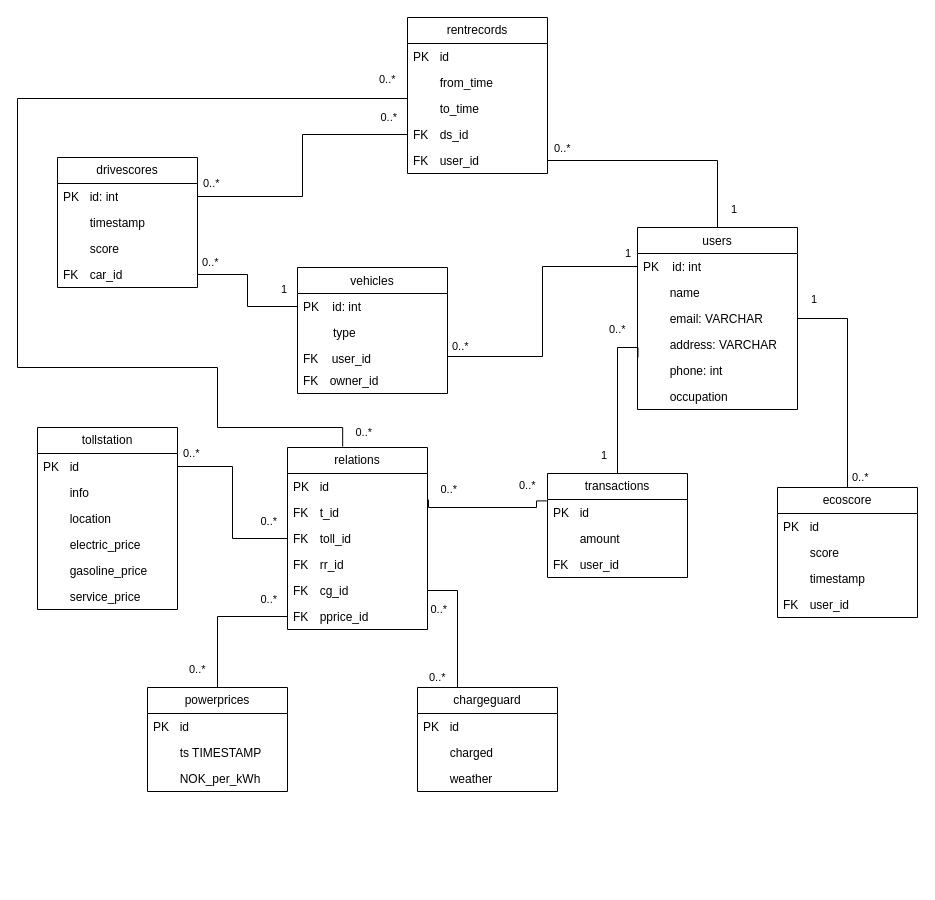
This is Project Information/Diagram/prosjektdb.drawio from ElektroMannen/Ingenior-prosjekt-1, a draw.io file, before an edit. Source tidied: cells renumbered, new cells numbered last; positions are measured from the earlier drawing's top-left corner, leaving out a move shared by most shapes. Both pictures are drawn from the tidied source at 100%, with x=0, y=0 at pixel (17, 17).
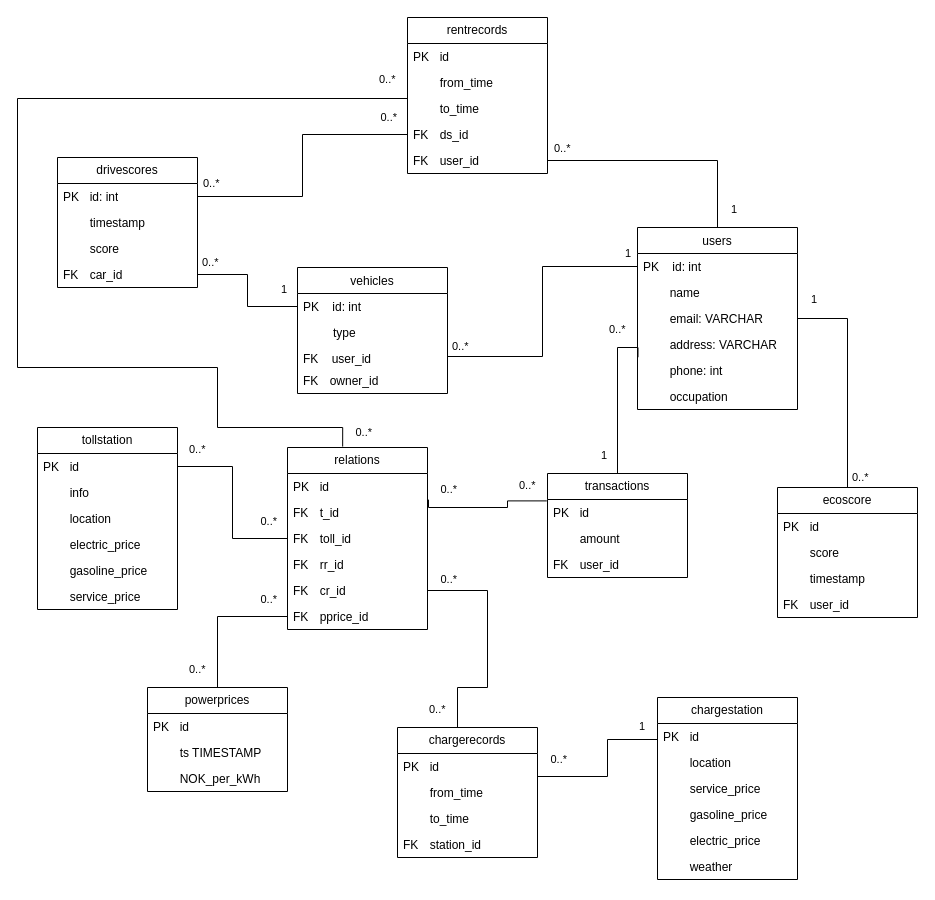
The same page after the edit.

Unchanged cells that the change refers to:
```xml
<mxCell id="53" value="PK&lt;span style=&quot;white-space: pre;&quot;&gt;&#9;&lt;/span&gt;id&lt;span style=&quot;white-space: pre;&quot;&gt;&#9;&lt;/span&gt;" style="text;strokeColor=none;fillColor=none;align=left;verticalAlign=top;spacingLeft=4;spacingRight=4;overflow=hidden;points=[[0,0.5],[1,0.5]];portConstraint=eastwest;whiteSpace=wrap;html=1;" parent="52" vertex="1">
  <mxGeometry y="26" width="140" height="26" as="geometry" />
</mxCell>
<mxCell id="61" value="PK&lt;span style=&quot;white-space: pre;&quot;&gt;&#9;&lt;/span&gt;id" style="text;strokeColor=none;fillColor=none;align=left;verticalAlign=top;spacingLeft=4;spacingRight=4;overflow=hidden;points=[[0,0.5],[1,0.5]];portConstraint=eastwest;whiteSpace=wrap;html=1;" parent="60" vertex="1">
  <mxGeometry y="26" width="140" height="26" as="geometry" />
</mxCell>
<mxCell id="64" value="&lt;div&gt;&lt;span style=&quot;background-color: initial;&quot;&gt;relations&lt;/span&gt;&lt;br&gt;&lt;/div&gt;" style="swimlane;fontStyle=0;horizontal=1;startSize=26;fillColor=none;whiteSpace=wrap;html=1;" parent="1" vertex="1">
  <mxGeometry x="270" y="430" width="140" height="182" as="geometry" />
</mxCell>
<mxCell id="66" value="FK&lt;span style=&quot;white-space: pre;&quot;&gt;&#9;&lt;/span&gt;t_id" style="text;strokeColor=none;fillColor=none;align=left;verticalAlign=top;spacingLeft=4;spacingRight=4;overflow=hidden;points=[[0,0.5],[1,0.5]];portConstraint=eastwest;whiteSpace=wrap;html=1;" parent="64" vertex="1">
  <mxGeometry y="52" width="140" height="26" as="geometry" />
</mxCell>
<mxCell id="83" style="endArrow=none;html=1;edgeStyle=orthogonalEdgeStyle;rounded=0;exitX=1;exitY=0.5;exitDx=0;exitDy=0;entryX=0;entryY=0.5;entryDx=0;entryDy=0;curved=0;startArrow=none;startFill=0;endFill=0;" parent="1" edge="1" source="46" target="67">
  <mxGeometry relative="1" as="geometry" />
</mxCell>
```

Change to the diagram source:
```diff
@@
-    <mxCell id="52" value="chargeguard" style="swimlane;fontStyle=0;horizontal=1;startSize=26;fillColor=none;whiteSpace=wrap;html=1;" parent="1" vertex="1">
-      <mxGeometry x="400" y="670" width="140" height="104" as="geometry" />
+    <mxCell id="52" value="chargestation" style="swimlane;fontStyle=0;horizontal=1;startSize=26;fillColor=none;whiteSpace=wrap;html=1;" parent="1" vertex="1">
+      <mxGeometry x="640" y="680" width="140" height="182" as="geometry" />
     </mxCell>
@@
-    <mxCell id="54" value="&lt;span style=&quot;white-space: pre;&quot;&gt;&#9;&lt;/span&gt;charged" style="text;strokeColor=none;fillColor=none;align=left;verticalAlign=top;spacingLeft=4;spacingRight=4;overflow=hidden;whiteSpace=wrap;html=1;" parent="52" vertex="1">
+    <mxCell id="54" value="&lt;span style=&quot;white-space: pre;&quot;&gt;&#9;&lt;/span&gt;location" style="text;strokeColor=none;fillColor=none;align=left;verticalAlign=top;spacingLeft=4;spacingRight=4;overflow=hidden;whiteSpace=wrap;html=1;" parent="52" vertex="1">
       <mxGeometry y="52" width="140" height="26" as="geometry" />
     </mxCell>
+    <mxCell id="89" value="&lt;span style=&quot;white-space: pre;&quot;&gt;&#9;&lt;/span&gt;service_price" style="text;strokeColor=none;fillColor=none;align=left;verticalAlign=top;spacingLeft=4;spacingRight=4;overflow=hidden;whiteSpace=wrap;html=1;" parent="52" vertex="1">
+      <mxGeometry y="78" width="140" height="26" as="geometry" />
+    </mxCell>
+    <mxCell id="90" value="&lt;span style=&quot;white-space: pre;&quot;&gt;&#9;&lt;/span&gt;gasoline_price" style="text;strokeColor=none;fillColor=none;align=left;verticalAlign=top;spacingLeft=4;spacingRight=4;overflow=hidden;whiteSpace=wrap;html=1;" parent="52" vertex="1">
+      <mxGeometry y="104" width="140" height="26" as="geometry" />
+    </mxCell>
+    <mxCell id="91" value="&lt;span style=&quot;white-space: pre;&quot;&gt;&#9;&lt;/span&gt;electric_price" style="text;strokeColor=none;fillColor=none;align=left;verticalAlign=top;spacingLeft=4;spacingRight=4;overflow=hidden;whiteSpace=wrap;html=1;" parent="52" vertex="1">
+      <mxGeometry y="130" width="140" height="26" as="geometry" />
+    </mxCell>
     <mxCell id="55" value="&lt;span style=&quot;white-space: pre;&quot;&gt;&#9;&lt;/span&gt;weather" style="text;strokeColor=none;fillColor=none;align=left;verticalAlign=top;spacingLeft=4;spacingRight=4;overflow=hidden;whiteSpace=wrap;html=1;" parent="52" vertex="1">
-      <mxGeometry y="78" width="140" height="26" as="geometry" />
+      <mxGeometry y="156" width="140" height="26" as="geometry" />
     </mxCell>
@@
-    <mxCell id="69" value="FK&lt;span style=&quot;white-space: pre;&quot;&gt;&#9;&lt;/span&gt;cg_id" style="text;strokeColor=none;fillColor=none;align=left;verticalAlign=top;spacingLeft=4;spacingRight=4;overflow=hidden;points=[[0,0.5],[1,0.5]];portConstraint=eastwest;whiteSpace=wrap;html=1;" parent="64" vertex="1">
+    <mxCell id="69" value="FK&lt;span style=&quot;white-space: pre;&quot;&gt;&#9;&lt;/span&gt;cr_id" style="text;strokeColor=none;fillColor=none;align=left;verticalAlign=top;spacingLeft=4;spacingRight=4;overflow=hidden;points=[[0,0.5],[1,0.5]];portConstraint=eastwest;whiteSpace=wrap;html=1;" parent="64" vertex="1">
       <mxGeometry y="130" width="140" height="26" as="geometry" />
     </mxCell>
@@
-    <mxCell id="71" style="endArrow=none;html=1;edgeStyle=orthogonalEdgeStyle;rounded=0;exitX=0.5;exitY=0;exitDx=0;exitDy=0;entryX=1;entryY=0.5;entryDx=0;entryDy=0;" parent="1" edge="1" source="52" target="69">
+    <mxCell id="71" style="endArrow=none;html=1;edgeStyle=orthogonalEdgeStyle;rounded=0;entryX=1;entryY=0.5;entryDx=0;entryDy=0;exitX=0.5;exitY=0;exitDx=0;exitDy=0;" parent="1" edge="1" source="92" target="69">
       <mxGeometry relative="1" as="geometry">
         <Array as="points">
           <mxPoint x="440" y="670" />
-          <mxPoint x="440" y="573" />
+          <mxPoint x="470" y="670" />
+          <mxPoint x="470" y="573" />
         </Array>
       </mxGeometry>
     </mxCell>
     <mxCell id="72" value="0..*" style="edgeLabel;html=1;align=left;verticalAlign=bottom;" parent="71" vertex="1">
       <mxGeometry x="-1" relative="1" as="geometry">
-        <mxPoint x="-60" y="-2" as="offset" />
+        <mxPoint x="-40" y="-10" as="offset" />
       </mxGeometry>
     </mxCell>
     <mxCell id="73" value="0..*" style="edgeLabel;html=1;align=right;verticalAlign=bottom;" parent="71" vertex="1">
       <mxGeometry x="1" relative="1" as="geometry">
-        <mxPoint x="20" y="27" as="offset" />
+        <mxPoint x="30" y="-3" as="offset" />
       </mxGeometry>
     </mxCell>
@@
     <mxCell id="84" value="0..*" style="edgeLabel;html=1;align=left;verticalAlign=bottom;" parent="83" vertex="1">
       <mxGeometry x="-1" relative="1" as="geometry">
-        <mxPoint x="4" y="-5" as="offset" />
+        <mxPoint x="10" y="-9" as="offset" />
       </mxGeometry>
     </mxCell>
@@
     <mxCell id="86" style="endArrow=none;html=1;edgeStyle=orthogonalEdgeStyle;rounded=0;exitX=-0.005;exitY=0.054;exitDx=0;exitDy=0;entryX=1.007;entryY=0.005;entryDx=0;entryDy=0;entryPerimeter=0;exitPerimeter=0;" parent="1" edge="1" source="61" target="66">
       <mxGeometry relative="1" as="geometry">
         <Array as="points">
-          <mxPoint x="519" y="490" />
+          <mxPoint x="490" y="483" />
+          <mxPoint x="490" y="490" />
           <mxPoint x="411" y="490" />
         </Array>
       </mxGeometry>
     </mxCell>
@@
+    <mxCell id="92" value="chargerecords" style="swimlane;fontStyle=0;horizontal=1;startSize=26;fillColor=none;whiteSpace=wrap;html=1;" parent="1" vertex="1">
+      <mxGeometry x="380" y="710" width="140" height="130" as="geometry" />
+    </mxCell>
+    <mxCell id="93" value="PK&lt;span style=&quot;white-space: pre;&quot;&gt;&#9;&lt;/span&gt;id&lt;span style=&quot;white-space: pre;&quot;&gt;&#9;&lt;/span&gt;" style="text;strokeColor=none;fillColor=none;align=left;verticalAlign=top;spacingLeft=4;spacingRight=4;overflow=hidden;points=[[0,0.5],[1,0.5]];portConstraint=eastwest;whiteSpace=wrap;html=1;" parent="92" vertex="1">
+      <mxGeometry y="26" width="140" height="26" as="geometry" />
+    </mxCell>
+    <mxCell id="94" value="&lt;span style=&quot;white-space: pre;&quot;&gt;&#9;&lt;/span&gt;from_time" style="text;strokeColor=none;fillColor=none;align=left;verticalAlign=top;spacingLeft=4;spacingRight=4;overflow=hidden;whiteSpace=wrap;html=1;" parent="92" vertex="1">
+      <mxGeometry y="52" width="140" height="26" as="geometry" />
+    </mxCell>
+    <mxCell id="95" value="&lt;span style=&quot;white-space: pre;&quot;&gt;&#9;&lt;/span&gt;to_time" style="text;strokeColor=none;fillColor=none;align=left;verticalAlign=top;spacingLeft=4;spacingRight=4;overflow=hidden;whiteSpace=wrap;html=1;" parent="92" vertex="1">
+      <mxGeometry y="78" width="140" height="26" as="geometry" />
+    </mxCell>
+    <mxCell id="96" value="FK&lt;span style=&quot;white-space: pre;&quot;&gt;&#9;&lt;/span&gt;station_id" style="text;strokeColor=none;fillColor=none;align=left;verticalAlign=top;spacingLeft=4;spacingRight=4;overflow=hidden;whiteSpace=wrap;html=1;" parent="92" vertex="1">
+      <mxGeometry y="104" width="140" height="26" as="geometry" />
+    </mxCell>
+    <mxCell id="97" style="endArrow=none;html=1;edgeStyle=orthogonalEdgeStyle;rounded=0;entryX=1;entryY=0.5;entryDx=0;entryDy=0;exitX=0;exitY=0.5;exitDx=0;exitDy=0;" parent="1" edge="1" source="53" target="93">
+      <mxGeometry relative="1" as="geometry">
+        <Array as="points">
+          <mxPoint x="590" y="722" />
+          <mxPoint x="590" y="759" />
+          <mxPoint x="520" y="759" />
+        </Array>
+      </mxGeometry>
+    </mxCell>
+    <mxCell id="98" value="1" style="edgeLabel;html=1;align=left;verticalAlign=bottom;" parent="97" vertex="1">
+      <mxGeometry x="-1" relative="1" as="geometry">
+        <mxPoint x="-20" y="-2" as="offset" />
+      </mxGeometry>
+    </mxCell>
+    <mxCell id="99" value="0..*" style="edgeLabel;html=1;align=right;verticalAlign=bottom;" parent="97" vertex="1">
+      <mxGeometry x="1" relative="1" as="geometry">
+        <mxPoint x="30" y="1" as="offset" />
+      </mxGeometry>
+    </mxCell>
```
